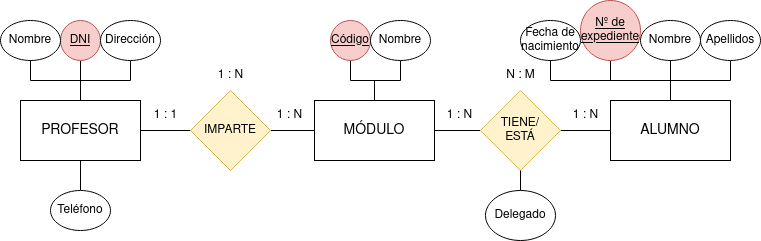
Earlier version of the draw.io export Unidad-2/Tareas/Tarea-5/images/Diagrama-tarea-5.drawio.png (IsaiasTolP/Base-Datos). Source tidied: cells renumbered, new cells last; positions are measured from the earlier drawing's top-left corner, leaving out a move shared by most shapes.
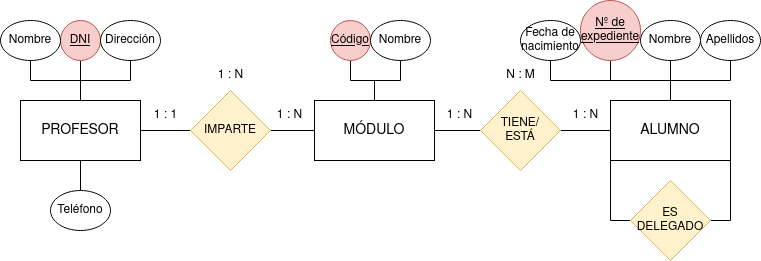
Later version of the same file.

Change to the diagram source:
```diff
@@ -8,6 +8,16 @@
     <mxCell id="3" value="PROFESOR" style="rounded=0;whiteSpace=wrap;html=1;fontSize=14;" parent="1" vertex="1">
       <mxGeometry x="20" y="100" width="120" height="60" as="geometry" />
     </mxCell>
+    <mxCell id="39" style="edgeStyle=orthogonalEdgeStyle;rounded=0;jettySize=auto;html=1;exitX=1;exitY=1;exitDx=0;exitDy=0;entryX=1;entryY=0.5;entryDx=0;entryDy=0;endArrow=none;endFill=0;" parent="1" edge="1" source="4" target="41">
+      <mxGeometry relative="1" as="geometry">
+        <Array as="points">
+          <mxPoint x="730" y="220" />
+        </Array>
+      </mxGeometry>
+    </mxCell>
+    <mxCell id="40" style="edgeStyle=orthogonalEdgeStyle;rounded=0;jettySize=auto;html=1;exitX=0;exitY=1;exitDx=0;exitDy=0;entryX=0;entryY=0.5;entryDx=0;entryDy=0;endArrow=none;endFill=0;" parent="1" edge="1" source="4" target="41">
+      <mxGeometry relative="1" as="geometry" />
+    </mxCell>
     <mxCell id="4" value="ALUMNO" style="rounded=0;whiteSpace=wrap;html=1;fontSize=14;" parent="1" vertex="1">
       <mxGeometry x="610" y="100" width="120" height="60" as="geometry" />
     </mxCell>
@@ -89,12 +99,6 @@
     <mxCell id="30" value="Fecha de nacimiento" style="ellipse;whiteSpace=wrap;html=1;" parent="1" vertex="1">
       <mxGeometry x="520" y="20" width="60" height="40" as="geometry" />
     </mxCell>
-    <mxCell id="31" style="edgeStyle=orthogonalEdgeStyle;rounded=0;jettySize=auto;html=1;exitX=0.5;exitY=0;exitDx=0;exitDy=0;entryX=0.5;entryY=1;entryDx=0;entryDy=0;endArrow=none;endFill=0;" parent="1" edge="1" source="32" target="7">
-      <mxGeometry relative="1" as="geometry" />
-    </mxCell>
-    <mxCell id="32" value="Delegado" style="ellipse;whiteSpace=wrap;html=1;" parent="1" vertex="1">
-      <mxGeometry x="485" y="190" width="70" height="50" as="geometry" />
-    </mxCell>
     <mxCell id="33" value="1 : N" style="text;html=1;align=center;verticalAlign=middle;strokeColor=none;fillColor=none;" parent="1" vertex="1">
       <mxGeometry x="264" y="100" width="50" height="30" as="geometry" />
     </mxCell>
@@ -113,5 +117,8 @@
     <mxCell id="38" value="N : M" style="text;html=1;align=center;verticalAlign=middle;strokeColor=none;fillColor=none;" parent="1" vertex="1">
       <mxGeometry x="495" y="60" width="50" height="30" as="geometry" />
     </mxCell>
+    <mxCell id="41" value="ES DELEGADO" style="rhombus;whiteSpace=wrap;html=1;fillColor=#fff2cc;strokeColor=#d6b656;" parent="1" vertex="1">
+      <mxGeometry x="630" y="180" width="80" height="80" as="geometry" />
+    </mxCell>
   </root>
 </mxGraphModel>
```
